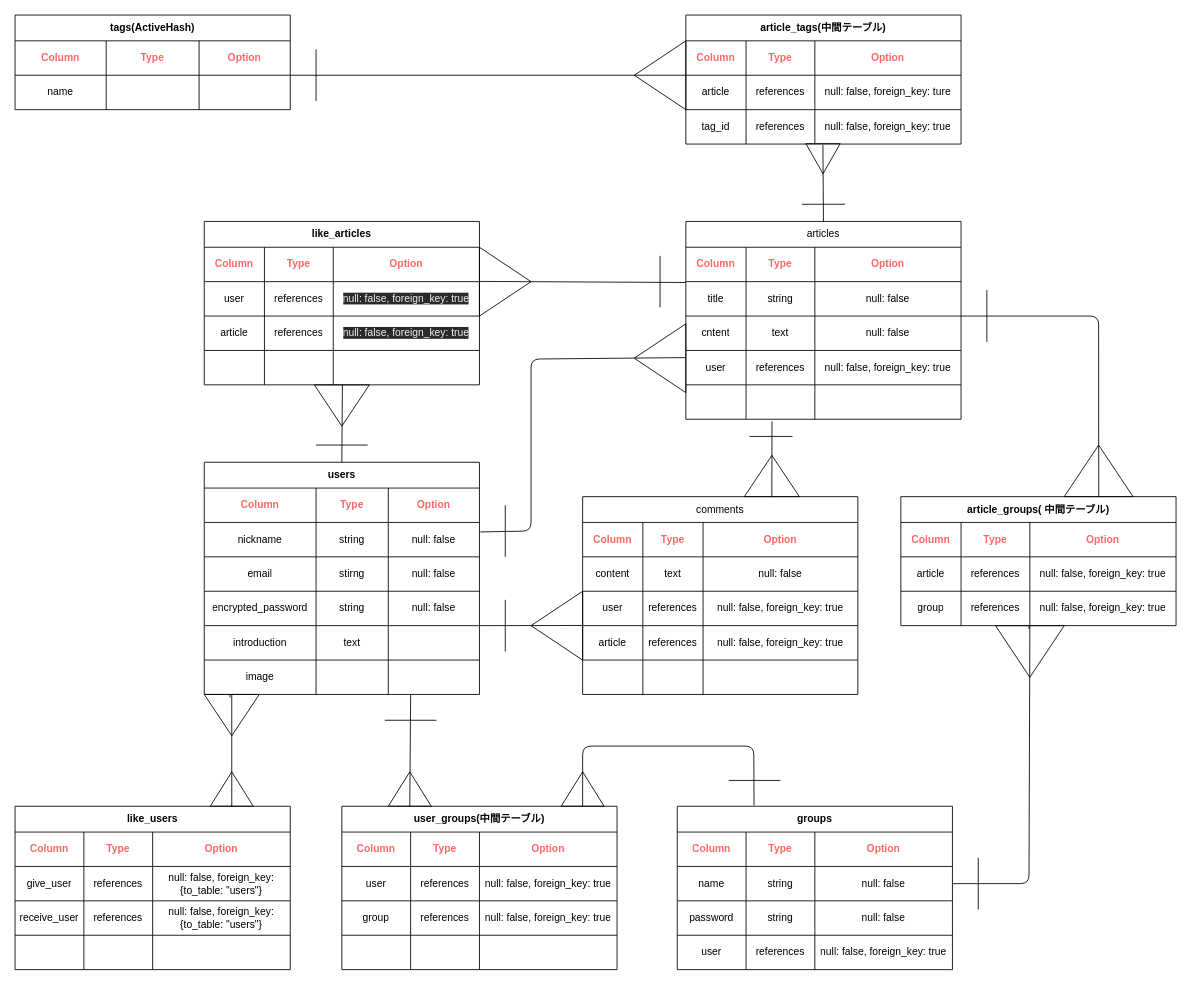
Earlier version of the draw.io diagram table.dio (appletea946/sharestudy-34876). Source tidied: cells renumbered, new cells numbered last; positions are measured from the earlier drawing's top-left corner, leaving out a move shared by most shapes. Both pictures are drawn from the tidied source at 86%, with x=0, y=0 at pixel (15, 15).
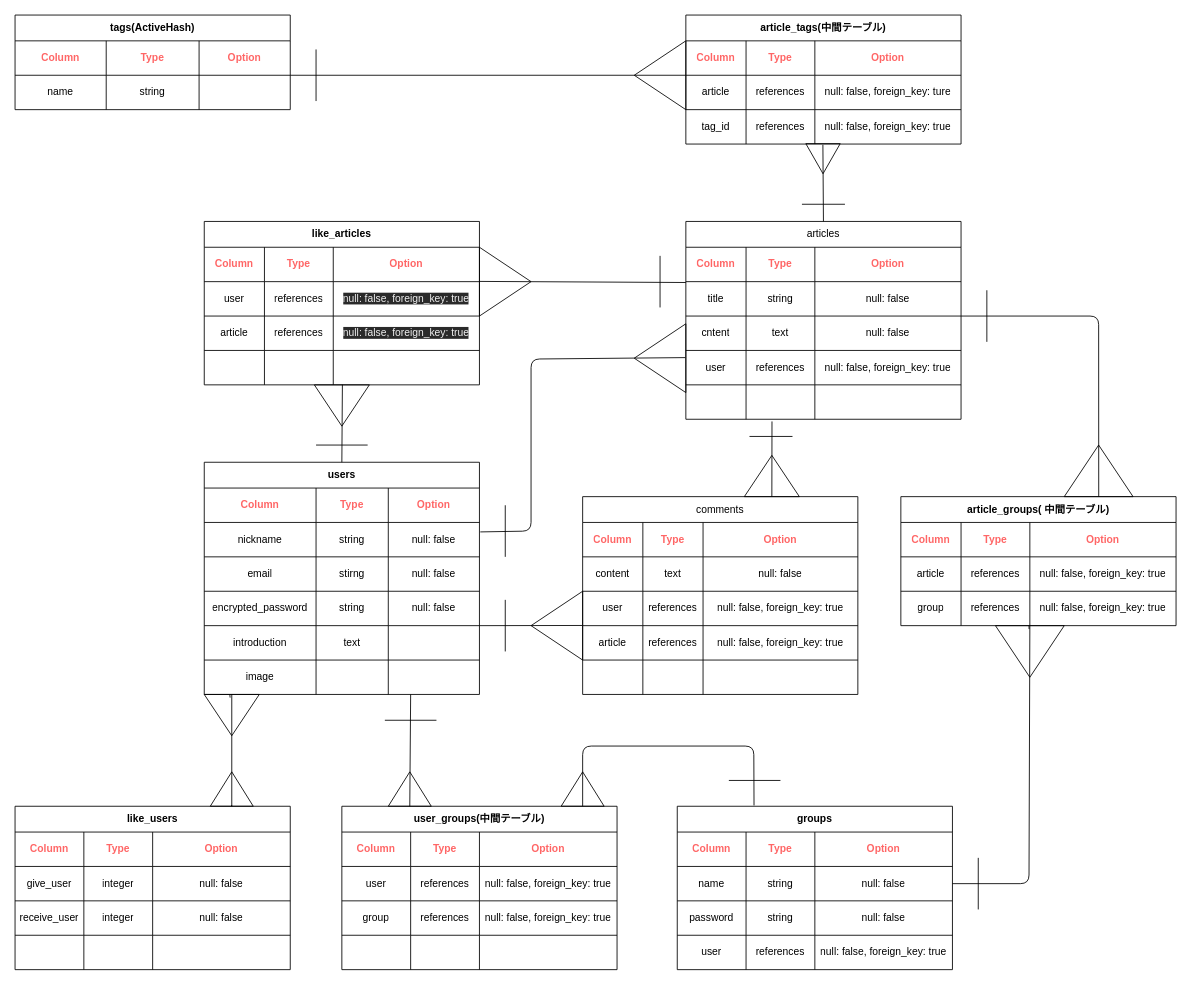
The same diagram, later.

The change refers to these unchanged cells:
```xml
<mxCell id="76" style="shape=partialRectangle;html=1;whiteSpace=wrap;fillColor=none;top=0;left=0;bottom=0;right=0;" parent="71" vertex="1">
  <mxGeometry y="70" width="320" height="40" as="geometry" />
</mxCell>
<mxCell id="102" style="shape=partialRectangle;html=1;whiteSpace=wrap;fillColor=none;top=0;left=0;bottom=0;right=0;" parent="97" vertex="1">
  <mxGeometry y="70" width="320" height="40" as="geometry" />
</mxCell>
<mxCell id="106" style="shape=partialRectangle;html=1;whiteSpace=wrap;fillColor=none;top=0;left=0;bottom=0;right=0;" parent="97" vertex="1">
  <mxGeometry y="110" width="320" height="40" as="geometry" />
</mxCell>
```

Diff of the diagram source:
```diff
@@
-    <mxCell id="78" style="shape=partialRectangle;html=1;whiteSpace=wrap;fillColor=none;top=0;left=0;bottom=0;right=0;overflow=hidden;" parent="76" vertex="1">
+    <mxCell id="78" value="string" style="shape=partialRectangle;html=1;whiteSpace=wrap;fillColor=none;top=0;left=0;bottom=0;right=0;overflow=hidden;" parent="76" vertex="1">
       <mxGeometry x="106" width="108" height="40" as="geometry" />
     </mxCell>
@@
-    <mxCell id="104" value="references" style="shape=partialRectangle;html=1;whiteSpace=wrap;fillColor=none;top=0;left=0;bottom=0;right=0;overflow=hidden;" parent="102" vertex="1">
+    <mxCell id="104" value="integer" style="shape=partialRectangle;html=1;whiteSpace=wrap;fillColor=none;top=0;left=0;bottom=0;right=0;overflow=hidden;" parent="102" vertex="1">
       <mxGeometry x="80" width="80" height="40" as="geometry" />
     </mxCell>
-    <mxCell id="105" value="null: false, foreign_key: {to_table: &quot;users&quot;}" style="shape=partialRectangle;html=1;whiteSpace=wrap;fillColor=none;top=0;left=0;bottom=0;right=0;overflow=hidden;" parent="102" vertex="1">
+    <mxCell id="105" value="null: false" style="shape=partialRectangle;html=1;whiteSpace=wrap;fillColor=none;top=0;left=0;bottom=0;right=0;overflow=hidden;" parent="102" vertex="1">
       <mxGeometry x="160" width="160" height="40" as="geometry" />
     </mxCell>
@@
-    <mxCell id="108" value="references" style="shape=partialRectangle;html=1;whiteSpace=wrap;fillColor=none;top=0;left=0;bottom=0;right=0;overflow=hidden;" parent="106" vertex="1">
+    <mxCell id="108" value="integer" style="shape=partialRectangle;html=1;whiteSpace=wrap;fillColor=none;top=0;left=0;bottom=0;right=0;overflow=hidden;" parent="106" vertex="1">
       <mxGeometry x="80" width="80" height="40" as="geometry" />
     </mxCell>
-    <mxCell id="109" value="null: false, foreign_key: {to_table: &quot;users&quot;}" style="shape=partialRectangle;html=1;whiteSpace=wrap;fillColor=none;top=0;left=0;bottom=0;right=0;overflow=hidden;" parent="106" vertex="1">
+    <mxCell id="109" value="null: false" style="shape=partialRectangle;html=1;whiteSpace=wrap;fillColor=none;top=0;left=0;bottom=0;right=0;overflow=hidden;" parent="106" vertex="1">
       <mxGeometry x="160" width="160" height="40" as="geometry" />
     </mxCell>
```
